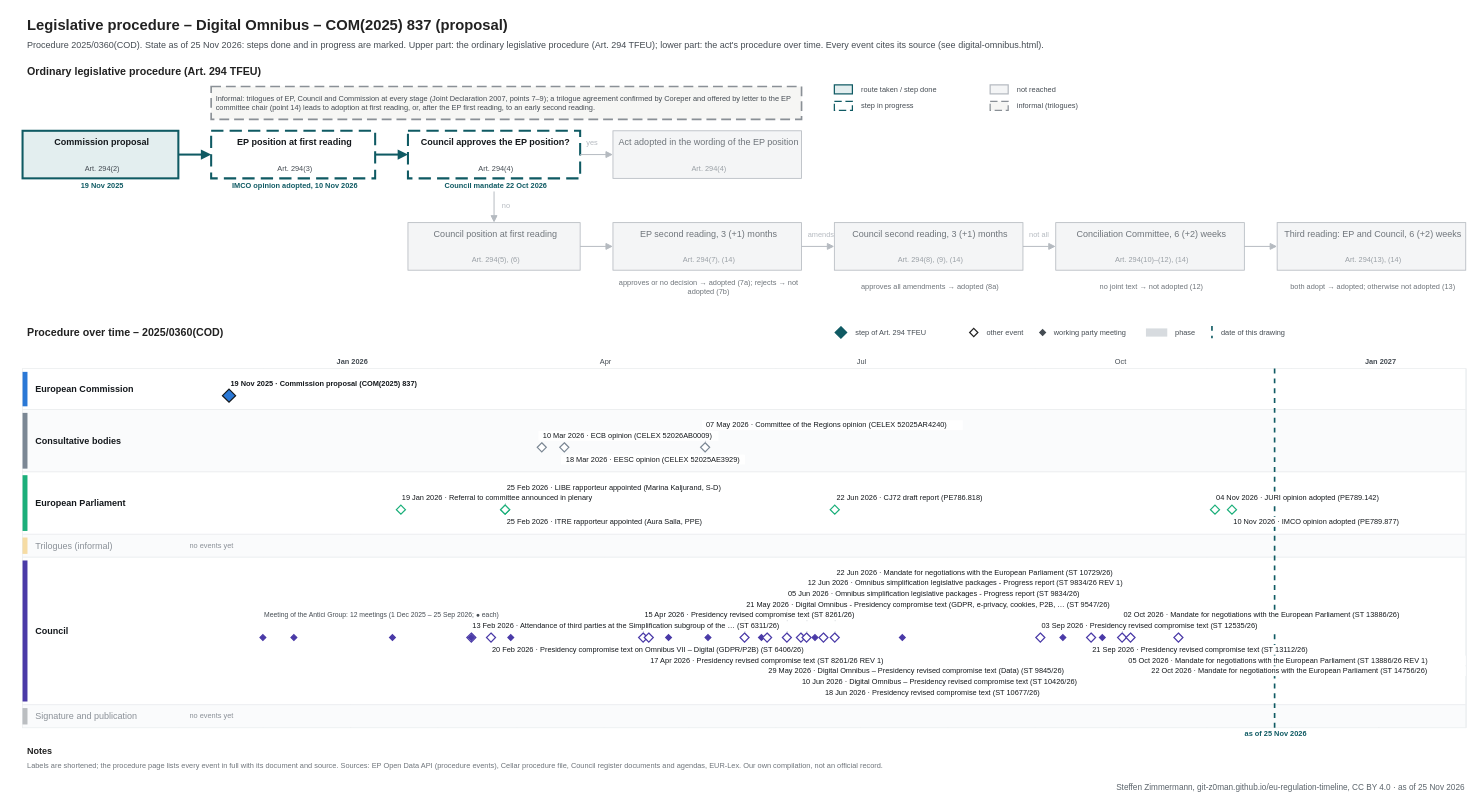
The draw.io diagram procedures/digital-omnibus.drawio in git-z0man/eu-regulation-timeline, before the edit. Source tidied: cells renumbered, new cells numbered last; positions are measured from the earlier drawing's top-left corner, leaving out a move shared by most shapes. Both pictures are drawn from the tidied source at 82%, with x=0, y=0 at pixel (14, 14).
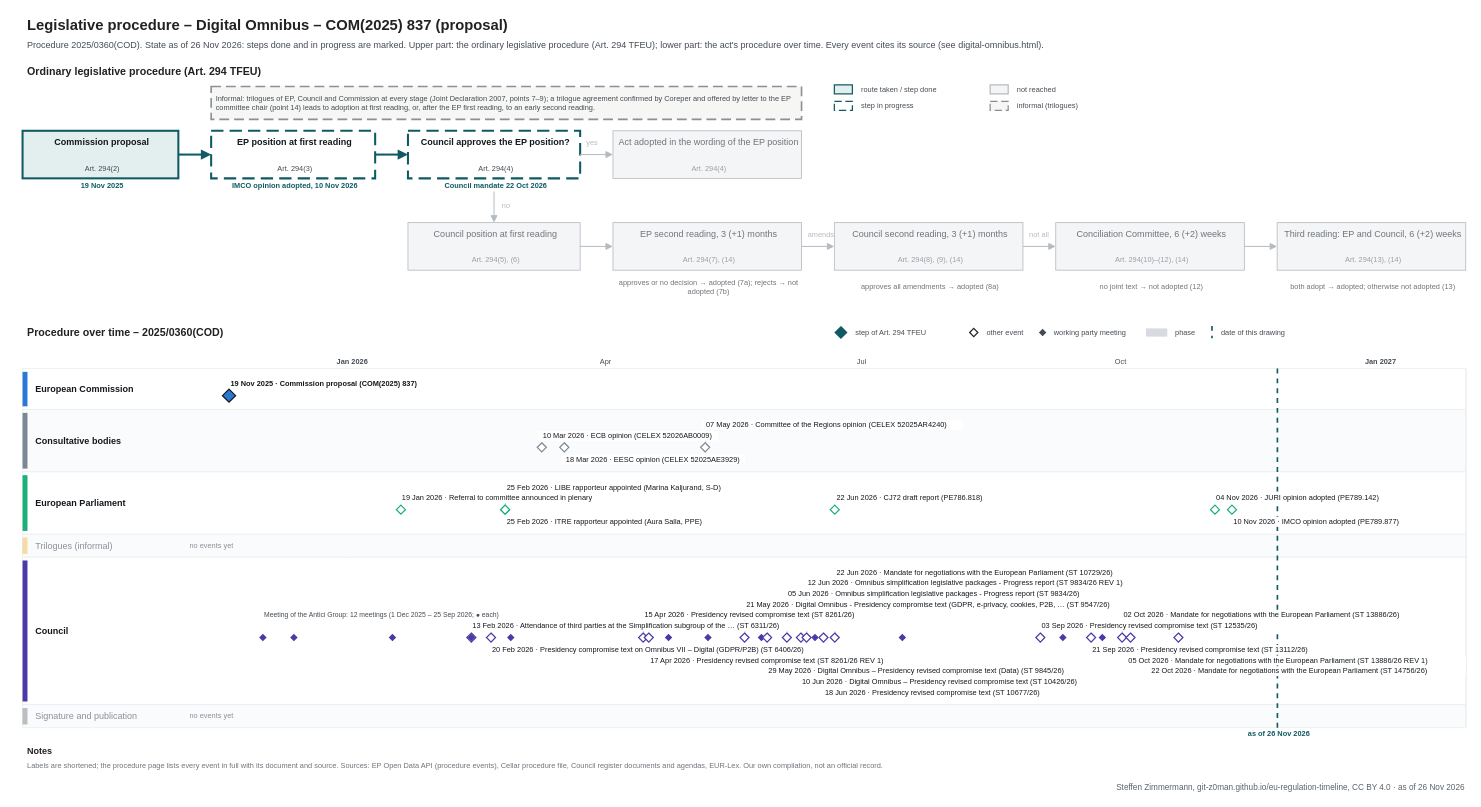
The same page after the edit.

Diff of the diagram source:
```diff
@@
-    <mxCell id="3" value="Procedure 2025/0360(COD). State as of 25 Nov 2026: steps done and in progress are marked. Upper part: the ordinary legislative procedure (Art. 294 TFEU); lower part: the act's procedure over time. Every event cites its source (see digital-omnibus.html)." style="text;html=1;fontSize=11;fontColor=#454c53;align=left;verticalAlign=middle;spacingLeft=4;" parent="1" vertex="1">
+    <mxCell id="3" value="Procedure 2025/0360(COD). State as of 26 Nov 2026: steps done and in progress are marked. Upper part: the ordinary legislative procedure (Art. 294 TFEU); lower part: the act's procedure over time. Every event cites its source (see digital-omnibus.html)." style="text;html=1;fontSize=11;fontColor=#454c53;align=left;verticalAlign=middle;spacingLeft=4;" parent="1" vertex="1">
       <mxGeometry x="10" y="28" width="1700" height="18" as="geometry" />
     </mxCell>
@@
     <mxCell id="113" style="line;html=1;strokeWidth=2;strokeColor=#0f5a63;direction=south;dashed=1;" parent="1" vertex="1">
-      <mxGeometry x="1536.4" y="432" width="1" height="438" as="geometry" />
+      <mxGeometry x="1539.8" y="432" width="1" height="438" as="geometry" />
     </mxCell>
-    <mxCell id="114" value="as of 25 Nov 2026" style="text;html=1;fontSize=9;fontColor=#0f5a63;align=center;verticalAlign=middle;spacingLeft=4;fontStyle=1;" parent="1" vertex="1">
-      <mxGeometry x="1476.4" y="871" width="120" height="12" as="geometry" />
+    <mxCell id="114" value="as of 26 Nov 2026" style="text;html=1;fontSize=9;fontColor=#0f5a63;align=center;verticalAlign=middle;spacingLeft=4;fontStyle=1;" parent="1" vertex="1">
+      <mxGeometry x="1479.8" y="871" width="120" height="12" as="geometry" />
     </mxCell>
@@
-    <mxCell id="196" value="Steffen Zimmermann, git-z0man.github.io/eu-regulation-timeline, CC BY 4.0 · as of 25 Nov 2026" style="text;html=1;fontSize=10;fontColor=#5b646b;align=right;verticalAlign=middle;spacingLeft=4;" parent="1" vertex="1">
+    <mxCell id="196" value="Steffen Zimmermann, git-z0man.github.io/eu-regulation-timeline, CC BY 4.0 · as of 26 Nov 2026" style="text;html=1;fontSize=10;fontColor=#5b646b;align=right;verticalAlign=middle;spacingLeft=4;" parent="1" vertex="1">
       <mxGeometry x="10" y="934" width="1760" height="16" as="geometry" />
     </mxCell>
```
